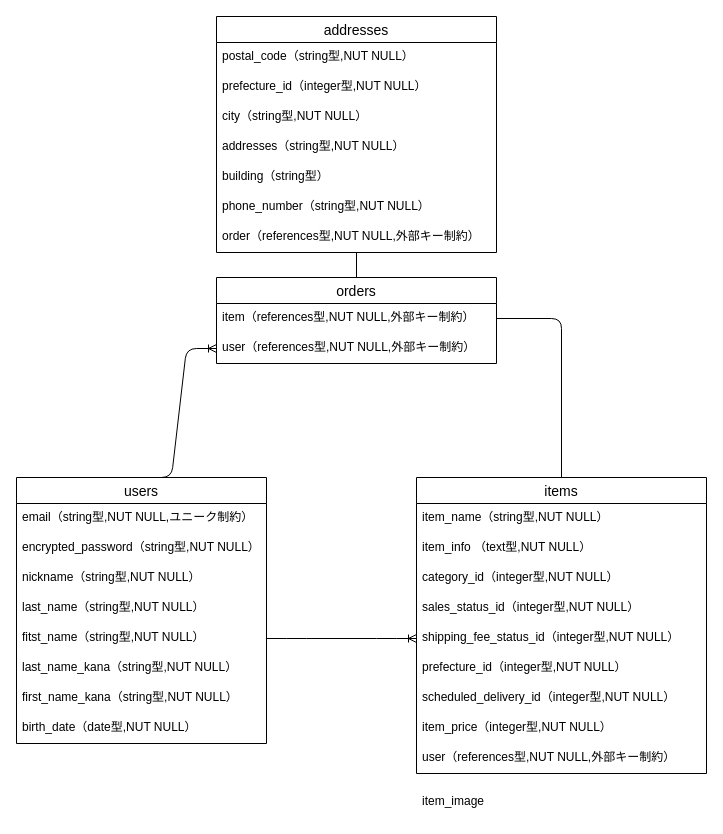
This is Draw.dio from sakana117/furima-37643, a draw.io file, before an edit. Source tidied: cells renumbered, new cells numbered last; positions are measured from the earlier drawing's top-left corner, leaving out a move shared by most shapes. Both pictures are drawn from the tidied source at 100%, with x=0, y=0 at pixel (16, 16).
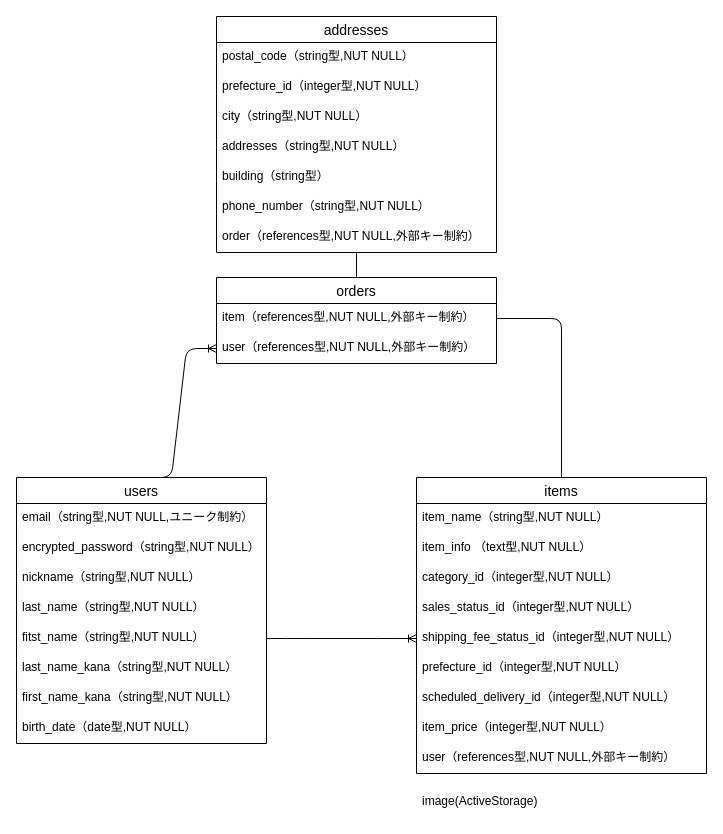
The same diagram, later.

Commit message (it also covers changes not shown here):
データベース設計　修正6

Diff of the diagram source:
```diff
@@
-    <mxCell id="36" value="item_image" style="text;strokeColor=none;fillColor=none;spacingLeft=4;spacingRight=4;overflow=hidden;fontSize=12;" parent="1" vertex="1">
+    <mxCell id="36" value="image(ActiveStorage)" style="text;strokeColor=none;fillColor=none;spacingLeft=4;spacingRight=4;overflow=hidden;fontSize=12;" parent="1" vertex="1">
       <mxGeometry x="400" y="771" width="290" height="30" as="geometry" />
     </mxCell>
```
